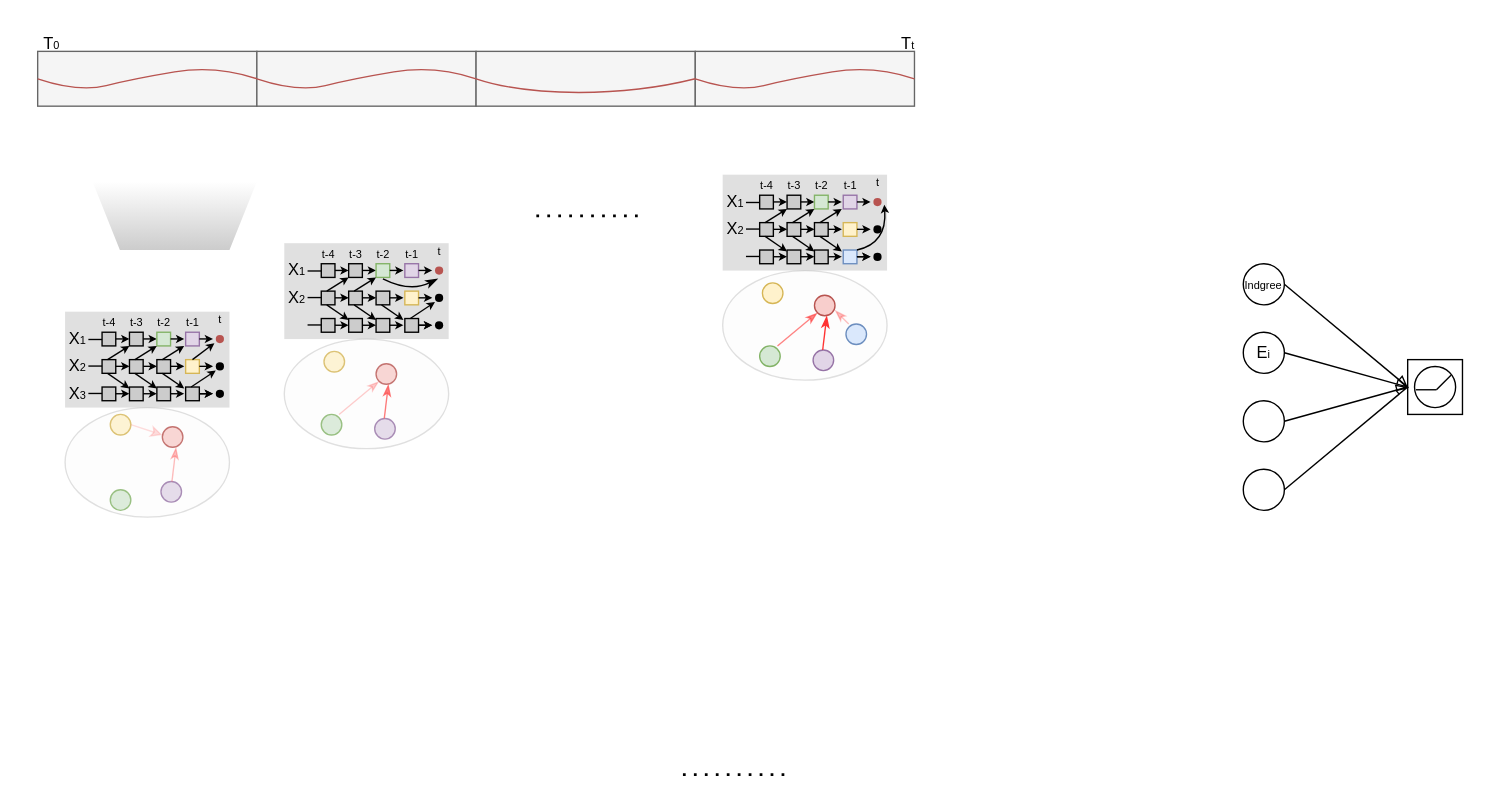
Earlier version of the draw.io diagram Causal.drawio (hzb29/hzb29). Source tidied: cells renumbered, new cells numbered last; positions are measured from the earlier drawing's top-left corner, leaving out a move shared by most shapes. Both pictures are drawn from the tidied source at 137%, with x=0, y=0 at pixel (23, 23).
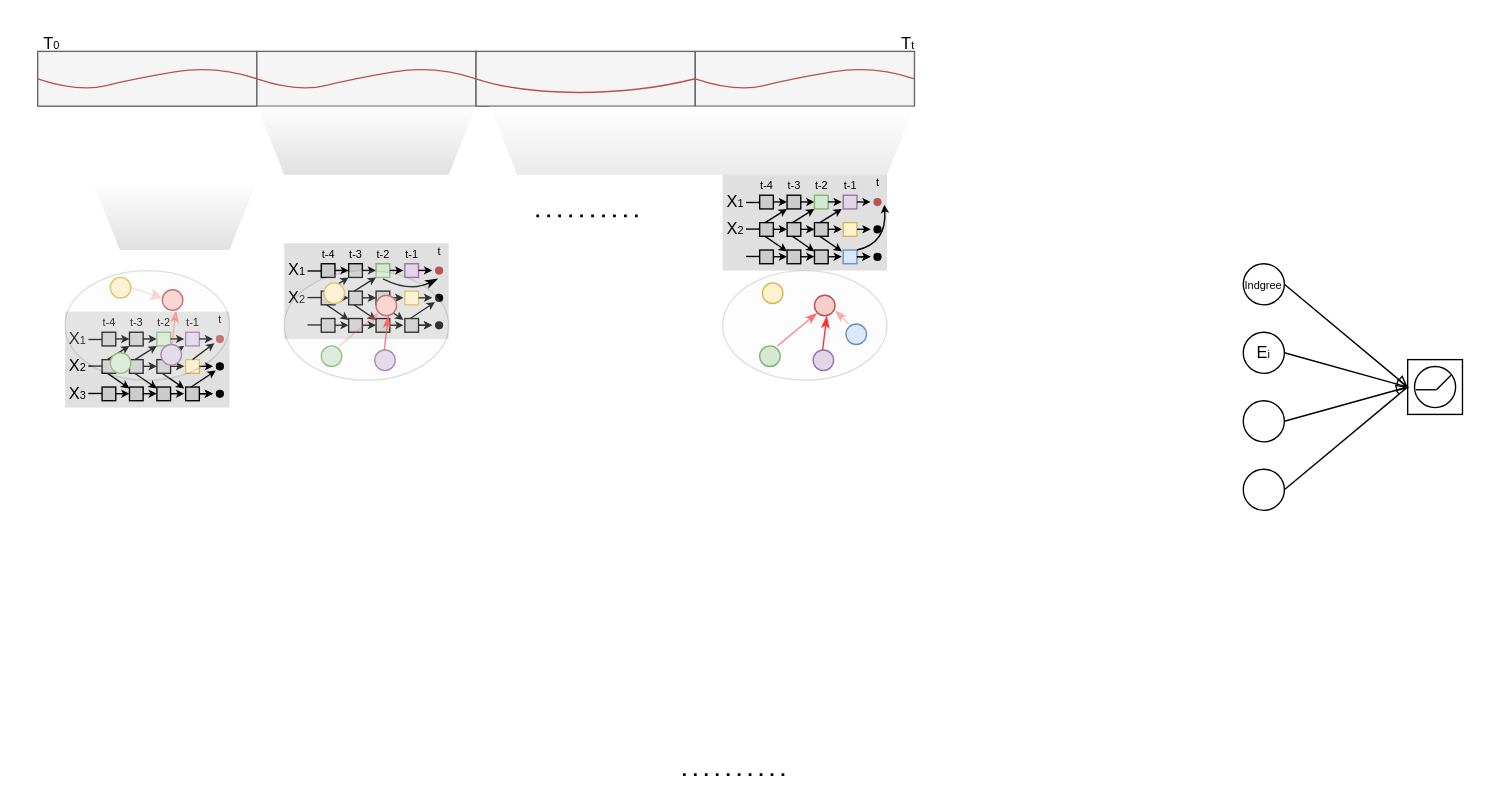
After the change.

The edit, as a diff of the source:
```diff
@@
-    <mxCell id="11" style="shape=trapezoid;perimeter=trapezoidPerimeter;whiteSpace=wrap;html=1;fixedSize=1;rotation=-180;size=20;gradientColor=#CCCCCC;strokeColor=none;gradientDirection=north;fixDash=0;comic=0;linecap=square;linejoin=arcs;rounded=0;" parent="1" vertex="1">
+    <mxCell id="11" style="shape=trapezoid;perimeter=trapezoidPerimeter;whiteSpace=wrap;html=1;fixedSize=1;rotation=-180;size=20;gradientColor=#CCCCCC;strokeColor=none;gradientDirection=north;fixDash=0;comic=0;linecap=square;linejoin=arcs;rounded=0;opacity=60;" parent="1" vertex="1">
       <mxGeometry x="50" y="115" width="120" height="50" as="geometry" />
     </mxCell>
@@
     <mxCell id="167" style="group;" parent="1" vertex="1">
-      <mxGeometry x="30" y="280" width="120" height="80" as="geometry" />
+      <mxGeometry x="30" y="180" width="120" height="80" as="geometry" />
     </mxCell>
@@
     <mxCell id="175" style="group;" parent="1" vertex="1">
-      <mxGeometry x="190" y="230" width="120" height="80" as="geometry" />
+      <mxGeometry x="190" y="180" width="120" height="80" as="geometry" />
     </mxCell>
@@
+    <mxCell id="193" style="shape=trapezoid;perimeter=trapezoidPerimeter;whiteSpace=wrap;html=1;fixedSize=1;rotation=-180;size=20;gradientColor=#CCCCCC;strokeColor=none;gradientDirection=north;fixDash=0;comic=0;linecap=square;linejoin=arcs;rounded=0;opacity=60;" parent="1" vertex="1">
+      <mxGeometry x="170" y="60" width="160" height="50" as="geometry" />
+    </mxCell>
+    <mxCell id="194" style="shape=trapezoid;perimeter=trapezoidPerimeter;whiteSpace=wrap;html=1;fixedSize=1;rotation=-180;size=20;gradientColor=#CCCCCC;strokeColor=none;gradientDirection=north;fixDash=0;comic=0;linecap=square;linejoin=arcs;rounded=0;opacity=40;" parent="1" vertex="1">
+      <mxGeometry x="340" y="60" width="310" height="50" as="geometry" />
+    </mxCell>
```
